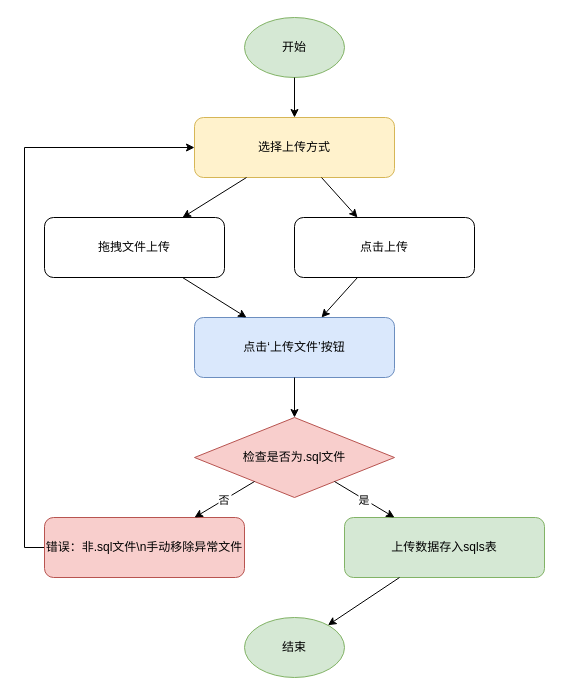
Above: draw/导入.drawio in White1943/sqlEduFB (draw.io), before the change. Source tidied: cells renumbered, new cells numbered last; positions are measured from the earlier drawing's top-left corner, leaving out a move shared by most shapes. Both pictures are drawn from the tidied source at 100%, with x=0, y=0 at pixel (44, 17).
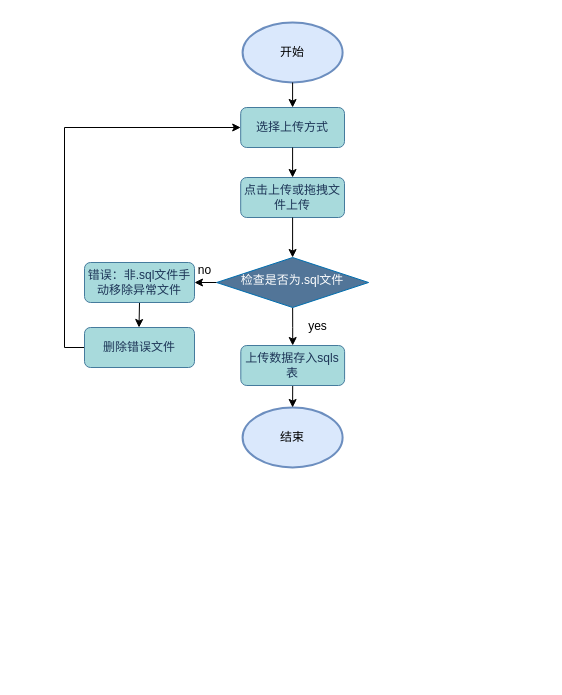
The same diagram, later.

The edit, as a diff of the source:
```diff
@@
-    <mxCell id="2" value="开始" style="ellipse;whiteSpace=wrap;html=1;fillColor=#D5E8D4;strokeColor=#82B366;" parent="1" vertex="1">
-      <mxGeometry x="200" width="100" height="60" as="geometry" />
+    <mxCell id="2" value="开始" style="ellipse;whiteSpace=wrap;html=1;fillColor=#dae8fc;strokeColor=#6c8ebf;strokeWidth=2;align=center;verticalAlign=middle;fontFamily=Helvetica;fontSize=12;fontColor=default;labelBackgroundColor=none;" parent="1" vertex="1">
+      <mxGeometry x="198.1" y="5" width="100" height="60" as="geometry" />
     </mxCell>
-    <mxCell id="3" value="选择上传方式" style="rounded=1;whiteSpace=wrap;html=1;fillColor=#FFF2CC;strokeColor=#D6B656;" parent="1" vertex="1">
-      <mxGeometry x="150" y="100" width="200" height="60" as="geometry" />
+    <mxCell id="3" value="选择上传方式" style="rounded=1;whiteSpace=wrap;html=1;fillColor=#A8DADC;strokeColor=#457B9D;shadow=0;glass=0;strokeWidth=1;align=center;verticalAlign=middle;fontFamily=Helvetica;fontSize=12;fontColor=#1D3557;labelBackgroundColor=none;" parent="1" vertex="1">
+      <mxGeometry x="196.2" y="90" width="103.8" height="40" as="geometry" />
     </mxCell>
-    <mxCell id="4" value="拖拽文件上传" style="rounded=1;whiteSpace=wrap;html=1;" parent="1" vertex="1">
-      <mxGeometry y="200" width="180" height="60" as="geometry" />
-    </mxCell>
-    <mxCell id="5" value="点击上传" style="rounded=1;whiteSpace=wrap;html=1;" parent="1" vertex="1">
-      <mxGeometry x="250" y="200" width="180" height="60" as="geometry" />
+    <mxCell id="5" value="点击上传或拖拽文件上传" style="rounded=1;whiteSpace=wrap;html=1;shadow=0;glass=0;strokeColor=#457B9D;strokeWidth=1;align=center;verticalAlign=middle;fontFamily=Helvetica;fontSize=12;fontColor=#1D3557;labelBackgroundColor=none;fillColor=#A8DADC;" parent="1" vertex="1">
+      <mxGeometry x="196.2" y="160" width="103.8" height="40" as="geometry" />
     </mxCell>
-    <mxCell id="6" value="点击‘上传文件’按钮" style="rounded=1;whiteSpace=wrap;html=1;fillColor=#DAE8FC;strokeColor=#6C8EBF;" parent="1" vertex="1">
-      <mxGeometry x="150" y="300" width="200" height="60" as="geometry" />
-    </mxCell>
+    <mxCell id="18" style="edgeStyle=orthogonalEdgeStyle;rounded=0;jettySize=auto;html=1;exitX=0;exitY=0.5;exitDx=0;exitDy=0;" parent="1" edge="1" source="7" target="9">
+      <mxGeometry relative="1" as="geometry" />
+    </mxCell>
+    <mxCell id="19" style="edgeStyle=orthogonalEdgeStyle;rounded=0;jettySize=auto;html=1;exitX=0.5;exitY=1;exitDx=0;exitDy=0;" parent="1" edge="1" source="7" target="10">
+      <mxGeometry relative="1" as="geometry" />
+    </mxCell>
-    <mxCell id="7" value="检查是否为.sql文件" style="rhombus;whiteSpace=wrap;html=1;fillColor=#F8CECC;strokeColor=#B85450;" parent="1" vertex="1">
-      <mxGeometry x="150" y="400" width="200" height="80" as="geometry" />
+    <mxCell id="7" value="检查是否为.sql文件" style="rhombus;whiteSpace=wrap;html=1;fillColor=light-dark(#527598, #2566a8);strokeColor=#006EAF;shadow=0;strokeWidth=1;align=center;verticalAlign=middle;spacingTop=-4;spacing=6;fontFamily=Helvetica;fontSize=12;fontColor=#ffffff;labelBackgroundColor=none;" parent="1" vertex="1">
+      <mxGeometry x="172.2" y="240" width="151.9" height="50" as="geometry" />
     </mxCell>
-    <mxCell id="8" style="edgeStyle=orthogonalEdgeStyle;rounded=0;jettySize=auto;html=1;exitX=0;exitY=0.5;exitDx=0;exitDy=0;entryX=0;entryY=0.5;entryDx=0;entryDy=0;" parent="1" edge="1" source="9" target="3">
-      <mxGeometry relative="1" as="geometry" />
-    </mxCell>
+    <mxCell id="21" style="edgeStyle=orthogonalEdgeStyle;rounded=0;jettySize=auto;html=1;exitX=0.5;exitY=1;exitDx=0;exitDy=0;" parent="1" edge="1" source="9">
+      <mxGeometry relative="1" as="geometry">
+        <mxPoint x="94.5" y="310" as="targetPoint" />
+      </mxGeometry>
+    </mxCell>
-    <mxCell id="9" value="错误：非.sql文件\n手动移除异常文件" style="rounded=1;whiteSpace=wrap;html=1;fillColor=#F8CECC;strokeColor=#B85450;" parent="1" vertex="1">
-      <mxGeometry y="500" width="200" height="60" as="geometry" />
+    <mxCell id="9" value="错误：非.sql文件手动移除异常文件" style="rounded=1;whiteSpace=wrap;html=1;fillColor=#A8DADC;strokeColor=#457B9D;shadow=0;glass=0;strokeWidth=1;align=center;verticalAlign=middle;fontFamily=Helvetica;fontSize=12;fontColor=#1D3557;labelBackgroundColor=none;" parent="1" vertex="1">
+      <mxGeometry x="40" y="245" width="110" height="40" as="geometry" />
     </mxCell>
-    <mxCell id="10" value="上传数据存入sqls表" style="rounded=1;whiteSpace=wrap;html=1;fillColor=#D5E8D4;strokeColor=#82B366;" parent="1" vertex="1">
-      <mxGeometry x="300" y="500" width="200" height="60" as="geometry" />
-    </mxCell>
-    <mxCell id="11" value="结束" style="ellipse;whiteSpace=wrap;html=1;fillColor=#D5E8D4;strokeColor=#82B366;" parent="1" vertex="1">
-      <mxGeometry x="200" y="600" width="100" height="60" as="geometry" />
+    <mxCell id="11" value="结束" style="ellipse;whiteSpace=wrap;html=1;fillColor=#dae8fc;strokeColor=#6c8ebf;strokeWidth=2;align=center;verticalAlign=middle;fontFamily=Helvetica;fontSize=12;fontColor=default;labelBackgroundColor=none;" parent="1" vertex="1">
+      <mxGeometry x="198.1" y="390" width="100" height="60" as="geometry" />
     </mxCell>
@@
-    <mxCell id="13" parent="1" edge="1" source="3" target="4">
-      <mxGeometry relative="1" as="geometry" />
-    </mxCell>
@@
-    <mxCell id="15" parent="1" edge="1" source="4" target="6">
-      <mxGeometry relative="1" as="geometry" />
-    </mxCell>
-    <mxCell id="16" parent="1" edge="1" source="5" target="6">
-      <mxGeometry relative="1" as="geometry" />
-    </mxCell>
-    <mxCell id="17" parent="1" edge="1" source="6" target="7">
-      <mxGeometry relative="1" as="geometry" />
-    </mxCell>
-    <mxCell id="18" value="否" parent="1" edge="1" source="7" target="9">
-      <mxGeometry relative="1" as="geometry" />
-    </mxCell>
-    <mxCell id="19" value="是" parent="1" edge="1" source="7" target="10">
-      <mxGeometry relative="1" as="geometry" />
-    </mxCell>
-    <mxCell id="20" parent="1" edge="1" source="10" target="11">
+    <mxCell id="20" style="edgeStyle=orthogonalEdgeStyle;rounded=0;jettySize=auto;html=1;exitX=0.5;exitY=1;exitDx=0;exitDy=0;entryX=0.5;entryY=0;entryDx=0;entryDy=0;" parent="1" edge="1" source="10" target="11">
       <mxGeometry relative="1" as="geometry" />
     </mxCell>
+    <mxCell id="10" value="上传数据存入sqls表" style="rounded=1;whiteSpace=wrap;html=1;shadow=0;glass=0;strokeColor=#457B9D;strokeWidth=1;align=center;verticalAlign=middle;fontFamily=Helvetica;fontSize=12;fontColor=#1D3557;labelBackgroundColor=none;fillColor=#A8DADC;" parent="1" vertex="1">
+      <mxGeometry x="196.3" y="328" width="103.8" height="40" as="geometry" />
+    </mxCell>
+    <mxCell id="22" parent="1" edge="1" source="5">
+      <mxGeometry relative="1" as="geometry">
+        <mxPoint x="248.1" y="240" as="targetPoint" />
+      </mxGeometry>
+    </mxCell>
+    <mxCell id="23" value="no" style="text;html=1;align=center;verticalAlign=middle;strokeColor=none;fillColor=none;" parent="1" vertex="1">
+      <mxGeometry x="140" y="238" width="40" height="30" as="geometry" />
+    </mxCell>
+    <mxCell id="24" style="edgeStyle=orthogonalEdgeStyle;rounded=0;jettySize=auto;html=1;exitX=0;exitY=0.5;exitDx=0;exitDy=0;entryX=0;entryY=0.5;entryDx=0;entryDy=0;" parent="1" edge="1" source="25" target="3">
+      <mxGeometry relative="1" as="geometry" />
+    </mxCell>
+    <mxCell id="25" value="删除错误文件" style="rounded=1;whiteSpace=wrap;html=1;fillColor=#A8DADC;strokeColor=#457B9D;shadow=0;glass=0;strokeWidth=1;align=center;verticalAlign=middle;fontFamily=Helvetica;fontSize=12;fontColor=#1D3557;labelBackgroundColor=none;" parent="1" vertex="1">
+      <mxGeometry x="40" y="310" width="110" height="40" as="geometry" />
+    </mxCell>
+    <mxCell id="26" value="yes" style="text;html=1;align=center;verticalAlign=middle;strokeColor=none;fillColor=none;" parent="1" vertex="1">
+      <mxGeometry x="254" y="296" width="37" height="26" as="geometry" />
+    </mxCell>
```
